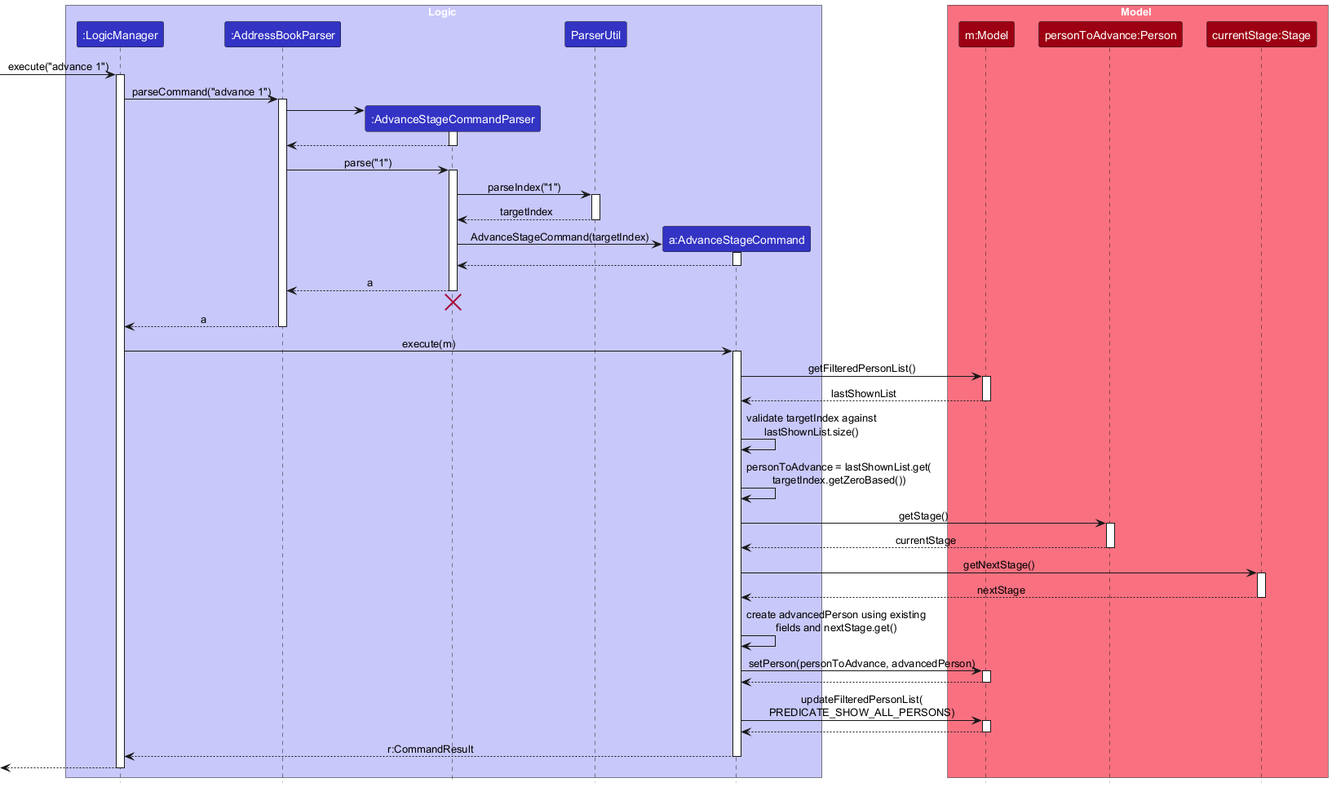
Earlier version of the PlantUML export docs/images/AdvanceStageSequenceDiagram.png (24JonW/tp). Source of this version:
```plantuml
@startuml
!include style.puml
skinparam ArrowFontStyle plain

box Logic LOGIC_COLOR_T1
participant ":LogicManager" as LogicManager LOGIC_COLOR
participant ":AddressBookParser" as AddressBookParser LOGIC_COLOR
participant ":AdvanceStageCommandParser" as AdvanceStageCommandParser LOGIC_COLOR
participant "ParserUtil" as ParserUtil LOGIC_COLOR
participant "a:AdvanceStageCommand" as AdvanceStageCommand LOGIC_COLOR
end box

box Model MODEL_COLOR_T1
participant "m:Model" as Model MODEL_COLOR
participant "personToAdvance:Person" as Person MODEL_COLOR
participant "currentStage:Stage" as Stage MODEL_COLOR
end box

[-> LogicManager : execute("advance 1")
activate LogicManager

LogicManager -> AddressBookParser : parseCommand("advance 1")
activate AddressBookParser

create AdvanceStageCommandParser
AddressBookParser -> AdvanceStageCommandParser
activate AdvanceStageCommandParser

AdvanceStageCommandParser --> AddressBookParser
deactivate AdvanceStageCommandParser

AddressBookParser -> AdvanceStageCommandParser : parse("1")
activate AdvanceStageCommandParser

AdvanceStageCommandParser -> ParserUtil : parseIndex("1")
activate ParserUtil
ParserUtil --> AdvanceStageCommandParser : targetIndex
deactivate ParserUtil

create AdvanceStageCommand
AdvanceStageCommandParser -> AdvanceStageCommand : AdvanceStageCommand(targetIndex)
activate AdvanceStageCommand
AdvanceStageCommand --> AdvanceStageCommandParser
deactivate AdvanceStageCommand

AdvanceStageCommandParser --> AddressBookParser : a
deactivate AdvanceStageCommandParser
AdvanceStageCommandParser -[hidden]-> AddressBookParser
destroy AdvanceStageCommandParser

AddressBookParser --> LogicManager : a
deactivate AddressBookParser

LogicManager -> AdvanceStageCommand : execute(m)
activate AdvanceStageCommand

AdvanceStageCommand -> Model : getFilteredPersonList()
activate Model
Model --> AdvanceStageCommand : lastShownList
deactivate Model

AdvanceStageCommand -> AdvanceStageCommand : validate targetIndex against\nlastShownList.size()
AdvanceStageCommand -> AdvanceStageCommand : personToAdvance = lastShownList.get(\ntargetIndex.getZeroBased())

AdvanceStageCommand -> Person : getStage()
activate Person
Person --> AdvanceStageCommand : currentStage
deactivate Person

AdvanceStageCommand -> Stage : getNextStage()
activate Stage
Stage --> AdvanceStageCommand : nextStage
deactivate Stage

AdvanceStageCommand -> AdvanceStageCommand : create advancedPerson using existing\nfields and nextStage.get()

AdvanceStageCommand -> Model : setPerson(personToAdvance, advancedPerson)
activate Model
Model --> AdvanceStageCommand
deactivate Model

AdvanceStageCommand -> Model : updateFilteredPersonList(\nPREDICATE_SHOW_ALL_PERSONS)
activate Model
Model --> AdvanceStageCommand
deactivate Model

AdvanceStageCommand --> LogicManager : r:CommandResult
deactivate AdvanceStageCommand

[<-- LogicManager
deactivate LogicManager
@enduml
```
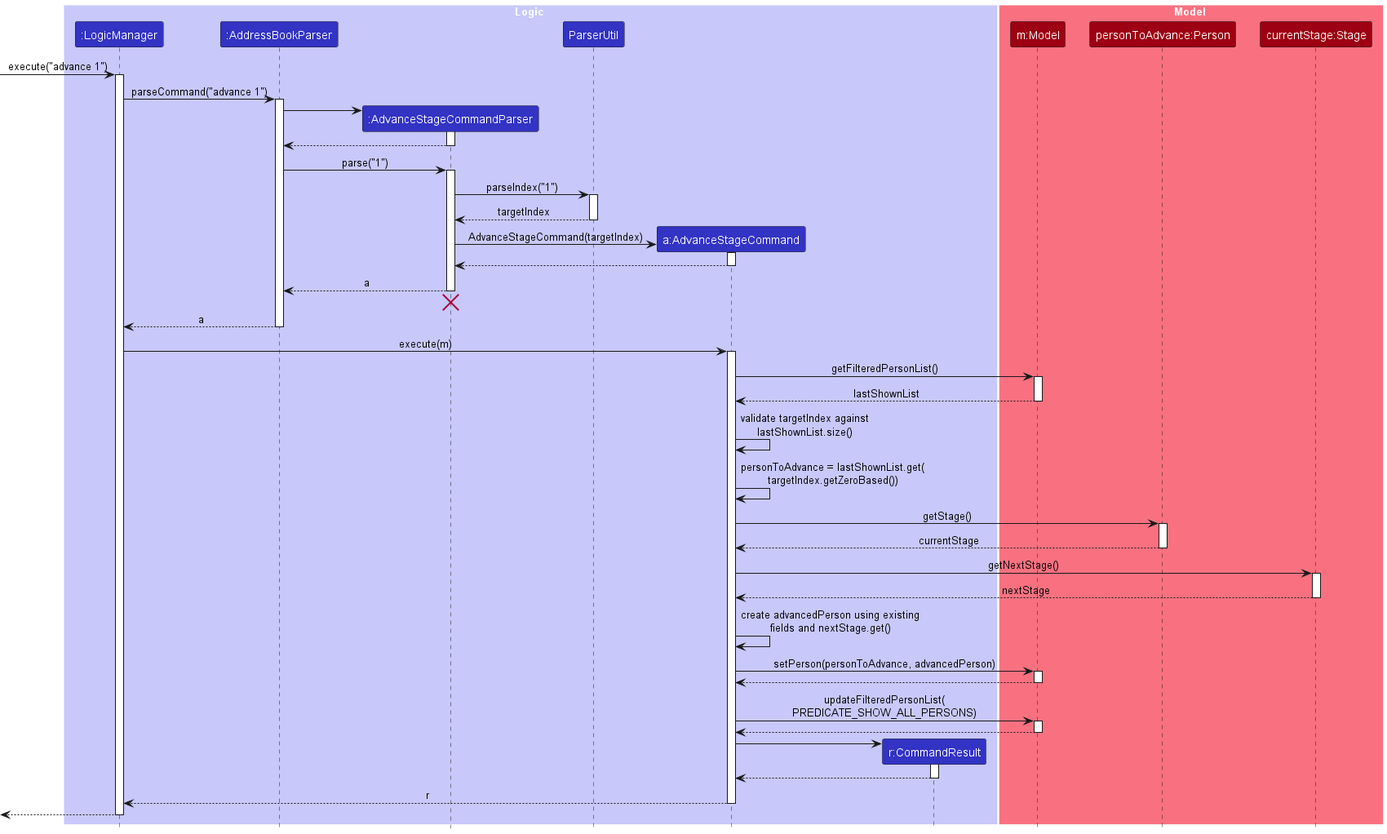
Above is the later version.

Commit message:
Reduce white space between sequence diagram boxes

The edit, as a diff of the source:
```diff
@@ -1,6 +1,9 @@
 @startuml
 !include style.puml
 skinparam ArrowFontStyle plain
+skinparam Sequence {
+    BoxBorderColor #FFFFFF
+}
 
 box Logic LOGIC_COLOR_T1
 participant ":LogicManager" as LogicManager LOGIC_COLOR
@@ -8,6 +11,7 @@
 participant ":AdvanceStageCommandParser" as AdvanceStageCommandParser LOGIC_COLOR
 participant "ParserUtil" as ParserUtil LOGIC_COLOR
 participant "a:AdvanceStageCommand" as AdvanceStageCommand LOGIC_COLOR
+participant "r:CommandResult" as CommandResult LOGIC_COLOR
 end box
 
 box Model MODEL_COLOR_T1
@@ -84,7 +88,13 @@
 Model --> AdvanceStageCommand
 deactivate Model
 
-AdvanceStageCommand --> LogicManager : r:CommandResult
+create CommandResult
+AdvanceStageCommand -> CommandResult
+activate CommandResult
+CommandResult --> AdvanceStageCommand
+deactivate CommandResult
+
+AdvanceStageCommand --> LogicManager : r
 deactivate AdvanceStageCommand
 
 [<-- LogicManager
```
